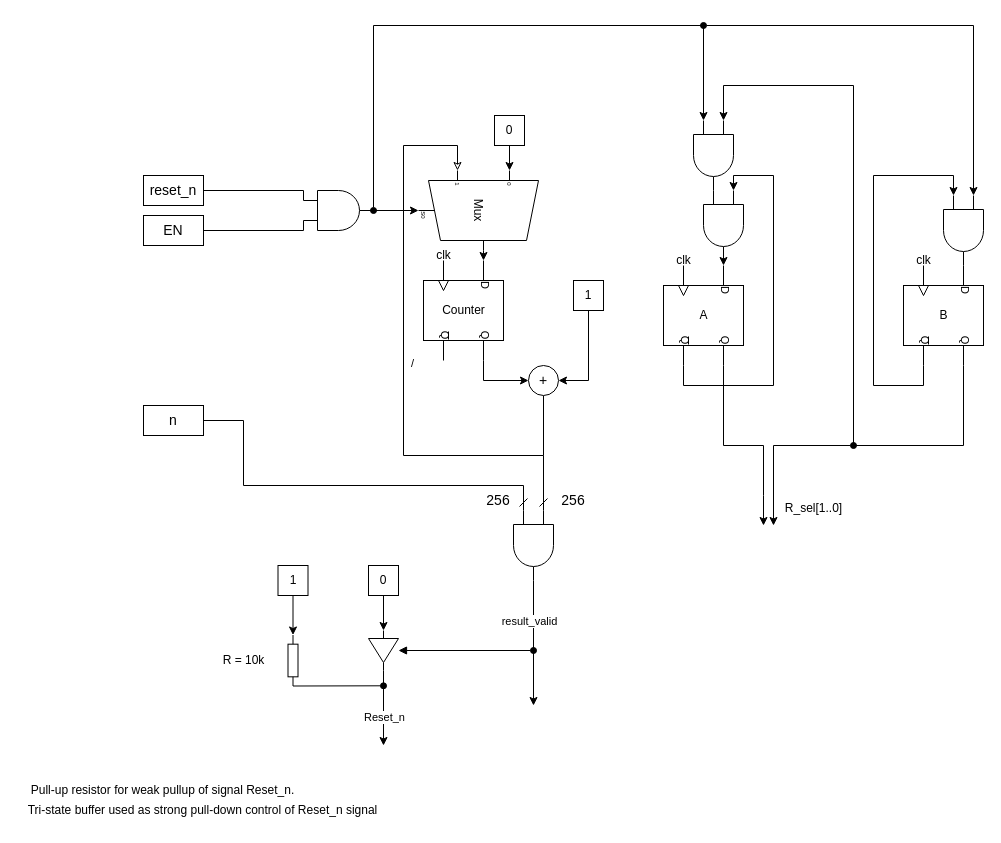
The draw.io diagram page "FSM" (1 of 2) of TermProject/mult_with_mod.drawio in Lorangs/TFE4141_Digital_Design_1, before the edit. Source tidied: cells renumbered, new cells numbered last; positions are measured from the earlier drawing's top-left corner, leaving out a move shared by most shapes. Both pictures are drawn from the tidied source at 100%, with x=0, y=0 at pixel (17, 25).
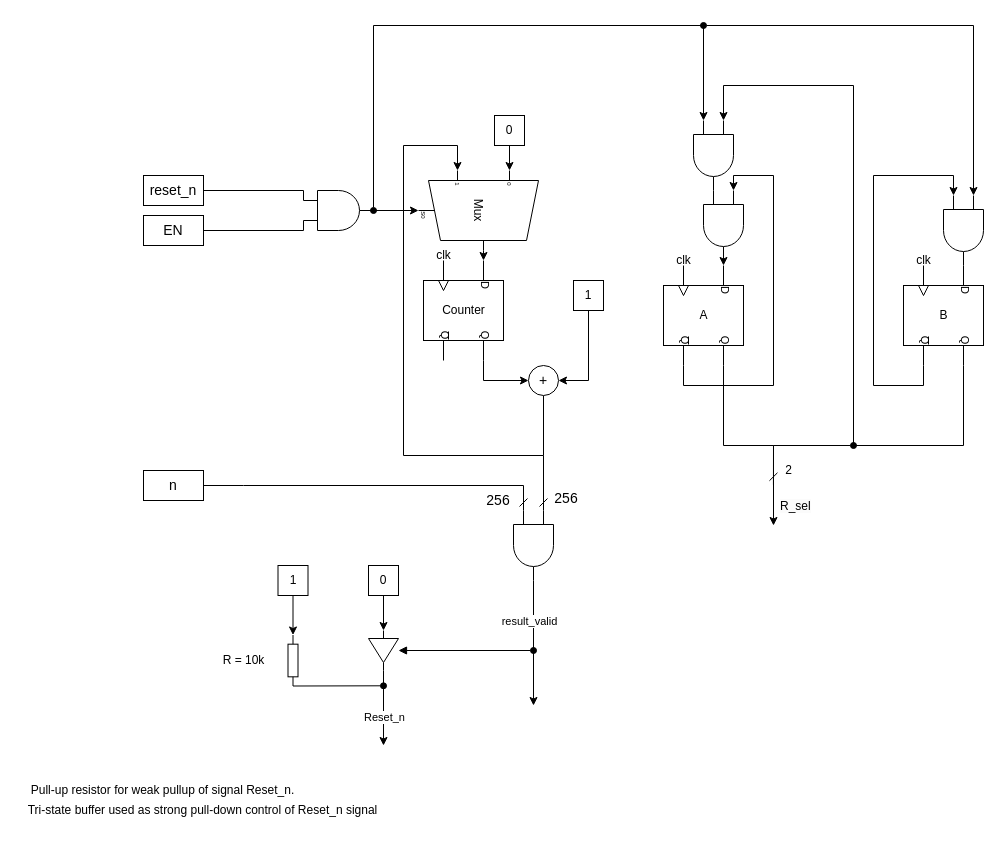
Above is the later version.

Unchanged cells that the change refers to:
```xml
<mxCell id="11" value="+" style="ellipse;whiteSpace=wrap;html=1;fontSize=14;rounded=0;" parent="1" vertex="1">
  <mxGeometry x="511" y="340" width="30" height="30" as="geometry" />
</mxCell>
<mxCell id="16" value="Mux" style="shadow=0;dashed=0;align=center;html=1;strokeWidth=1;shape=mxgraph.electrical.abstract.mux2;whiteSpace=wrap;rotation=90;strokeColor=default;flipH=0;flipV=0;" parent="1" vertex="1">
  <mxGeometry x="421" y="125" width="80" height="120" as="geometry" />
</mxCell>
<mxCell id="24" style="verticalLabelPosition=bottom;shadow=0;dashed=0;align=center;html=1;verticalAlign=top;shape=mxgraph.electrical.logic_gates.logic_gate;operation=and;rotation=90;" parent="1" vertex="1">
  <mxGeometry x="481" y="500" width="70" height="40" as="geometry" />
</mxCell>
<mxCell id="27" style="verticalLabelPosition=bottom;shadow=0;dashed=0;align=center;html=1;verticalAlign=top;shape=mxgraph.electrical.logic_gates.d_type_flip-flop;rotation=90;" parent="1" vertex="1">
  <mxGeometry x="636" y="250" width="100" height="80" as="geometry" />
</mxCell>
```

Diff of the diagram source:
```diff
@@
-    <mxCell id="7" value="/" style="endArrow=none;html=1;rounded=0;startArrow=classic;startFill=0;endFill=0;edgeStyle=orthogonalEdgeStyle;strokeWidth=1;strokeColor=light-dark(#000000,#FF0000);fontSize=11;textShadow=0;entryX=0.5;entryY=1;entryDx=0;entryDy=0;exitX=0;exitY=0.65;exitDx=0;exitDy=3;exitPerimeter=0;" parent="1" edge="1" source="16" target="11">
-      <mxGeometry x="0.01" y="9" relative="1" as="geometry">
+    <mxCell id="7" value="&lt;div&gt;&lt;br&gt;&lt;/div&gt;" style="endArrow=none;html=1;rounded=0;startArrow=classic;startFill=1;endFill=0;edgeStyle=orthogonalEdgeStyle;strokeWidth=1;strokeColor=light-dark(#000000,#FF0000);fontSize=11;textShadow=0;entryX=0.5;entryY=1;entryDx=0;entryDy=0;exitX=0;exitY=0.65;exitDx=0;exitDy=3;exitPerimeter=0;" parent="1" edge="1" source="16" target="11">
+      <mxGeometry x="0.02" relative="1" as="geometry">
         <Array as="points">
           <mxPoint x="440" y="120" />
           <mxPoint x="386" y="120" />
           <mxPoint x="386" y="430" />
           <mxPoint x="526" y="430" />
         </Array>
       </mxGeometry>
     </mxCell>
@@
     <mxCell id="14" value="256" style="text;html=1;align=center;verticalAlign=middle;whiteSpace=wrap;rounded=0;fontSize=14;" parent="1" vertex="1">
-      <mxGeometry x="536" y="460" width="40" height="30" as="geometry" />
+      <mxGeometry x="529" y="458" width="40" height="30" as="geometry" />
     </mxCell>
@@
     <mxCell id="22" style="edgeStyle=none;html=1;exitX=1;exitY=0.5;exitDx=0;exitDy=0;entryX=0;entryY=0.75;entryDx=0;entryDy=0;entryPerimeter=0;rounded=0;curved=0;endArrow=dash;endFill=0;" parent="1" edge="1" source="23" target="24">
       <mxGeometry relative="1" as="geometry">
         <Array as="points">
-          <mxPoint x="226" y="395" />
           <mxPoint x="226" y="460" />
           <mxPoint x="506" y="460" />
         </Array>
       </mxGeometry>
     </mxCell>
     <mxCell id="23" value="n" style="rounded=0;whiteSpace=wrap;html=1;fontSize=14;" parent="1" vertex="1">
-      <mxGeometry x="126" y="380" width="60" height="30" as="geometry" />
+      <mxGeometry x="126" y="445" width="60" height="30" as="geometry" />
     </mxCell>
@@
-    <mxCell id="26" style="edgeStyle=none;html=1;exitX=1;exitY=0.25;exitDx=0;exitDy=0;exitPerimeter=0;rounded=0;curved=0;" parent="1" edge="1" source="27">
+    <mxCell id="26" style="edgeStyle=none;html=1;exitX=1;exitY=0.25;exitDx=0;exitDy=0;exitPerimeter=0;rounded=0;curved=0;endArrow=dash;endFill=0;entryX=-0.002;entryY=0.975;entryDx=0;entryDy=0;entryPerimeter=0;" parent="1" edge="1" source="27" target="41">
       <mxGeometry relative="1" as="geometry">
-        <mxPoint x="746" y="500" as="targetPoint" />
         <Array as="points">
           <mxPoint x="706" y="420" />
-          <mxPoint x="746" y="420" />
-          <mxPoint x="746" y="470" />
+          <mxPoint x="756" y="420" />
         </Array>
       </mxGeometry>
     </mxCell>
@@
-    <mxCell id="41" value="R_sel[1..0]" style="text;html=1;align=center;verticalAlign=middle;points=[];strokeColor=none;fillColor=none;" parent="1" vertex="1">
-      <mxGeometry x="756" y="468" width="80" height="30" as="geometry" />
+    <mxCell id="41" value="2" style="text;html=1;align=center;verticalAlign=middle;points=[];strokeColor=none;fillColor=none;" parent="1" vertex="1">
+      <mxGeometry x="756" y="430" width="30" height="30" as="geometry" />
     </mxCell>
@@
+    <mxCell id="62" value="&lt;span style=&quot;color: rgb(0, 0, 0); font-family: Helvetica; font-size: 12px; font-style: normal; font-variant-ligatures: normal; font-variant-caps: normal; font-weight: 400; letter-spacing: normal; orphans: 2; text-align: center; text-indent: 0px; text-transform: none; widows: 2; word-spacing: 0px; -webkit-text-stroke-width: 0px; white-space: nowrap; background-color: rgb(251, 251, 251); text-decoration-thickness: initial; text-decoration-style: initial; text-decoration-color: initial; float: none; display: inline !important;&quot;&gt;R_sel&lt;/span&gt;" style="text;whiteSpace=wrap;html=1;" parent="1" vertex="1">
+      <mxGeometry x="761" y="467" width="40" height="30" as="geometry" />
+    </mxCell>
```
